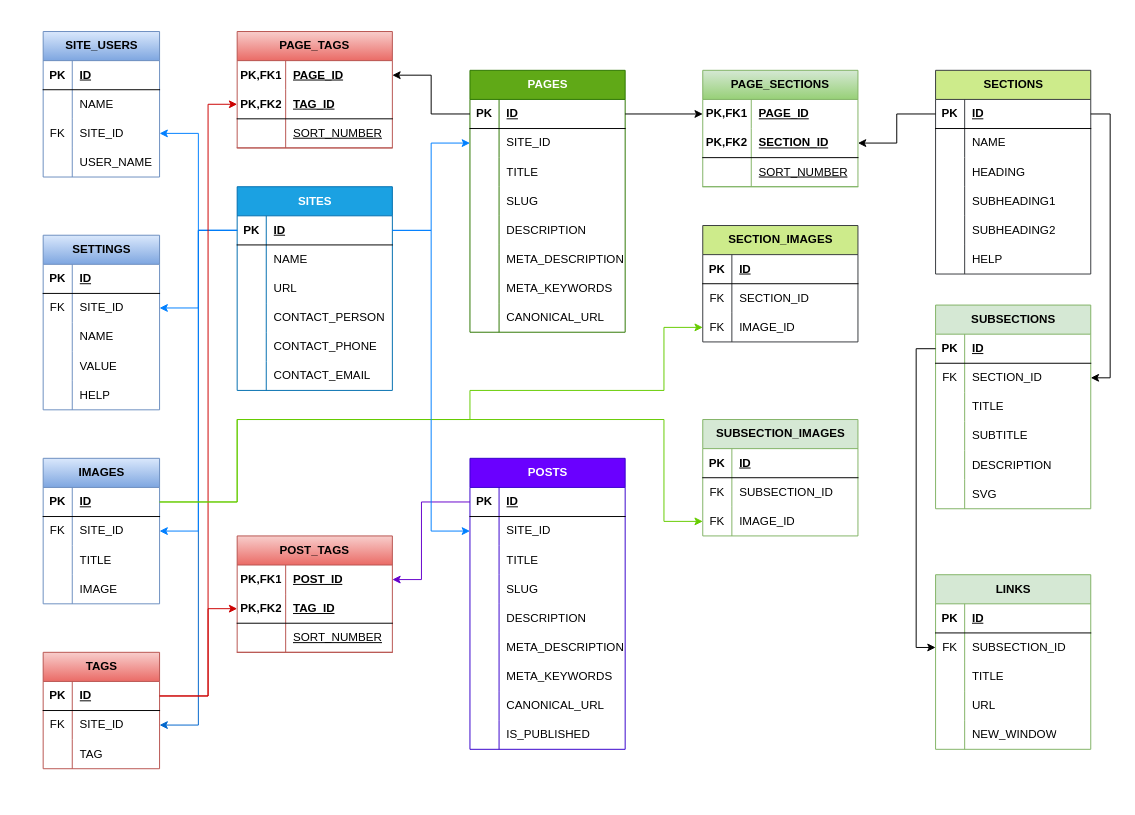
sudguru/draw-io keeps this draw.io diagram as ercms.drawio. Above is the earlier version. Source tidied: cells renumbered, new cells numbered last; positions are measured from the earlier drawing's top-left corner, leaving out a move shared by most shapes. Both pictures are drawn from the tidied source at 97%, with x=0, y=0 at pixel (43, 31).
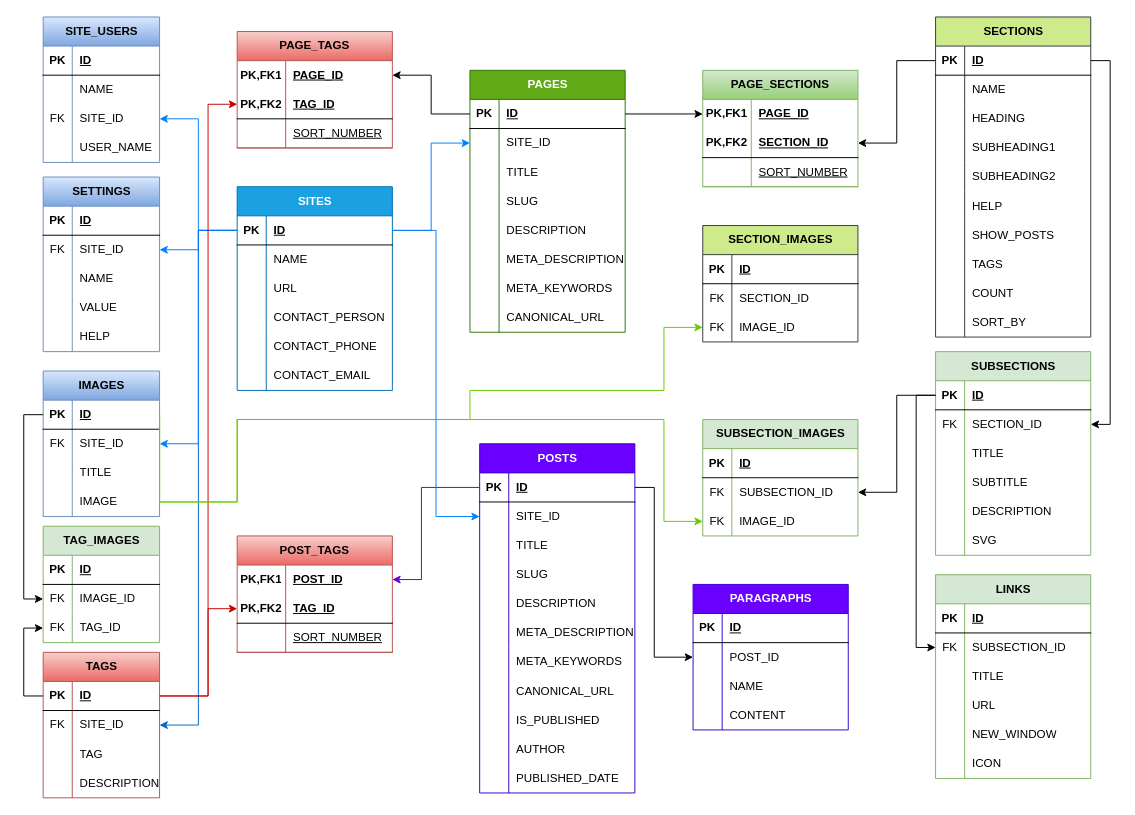
The same diagram, later.

The change refers to these unchanged cells:
```xml
<mxCell id="97" style="shape=tableRow;horizontal=0;startSize=0;swimlaneHead=0;swimlaneBody=0;fillColor=none;points=[[0,0.5],[1,0.5]];portConstraint=eastwest;top=0;left=0;right=0;bottom=1;" parent="96" vertex="1">
  <mxGeometry y="30" width="160" height="30" as="geometry" />
</mxCell>
<mxCell id="128" style="shape=tableRow;horizontal=0;startSize=0;swimlaneHead=0;swimlaneBody=0;fillColor=none;points=[[0,0.5],[1,0.5]];portConstraint=eastwest;top=0;left=0;right=0;bottom=1;" parent="127" vertex="1">
  <mxGeometry y="30" width="160" height="30" as="geometry" />
</mxCell>
<mxCell id="172" style="shape=tableRow;horizontal=0;startSize=0;swimlaneHead=0;swimlaneBody=0;fillColor=none;points=[[0,0.5],[1,0.5]];portConstraint=eastwest;top=0;left=0;right=0;bottom=1;" parent="171" vertex="1">
  <mxGeometry y="30" width="120" height="30" as="geometry" />
</mxCell>
<mxCell id="183" style="shape=tableRow;horizontal=0;startSize=0;swimlaneHead=0;swimlaneBody=0;fillColor=none;points=[[0,0.5],[1,0.5]];portConstraint=eastwest;top=0;left=0;right=0;bottom=1;" parent="182" vertex="1">
  <mxGeometry y="30" width="120" height="30" as="geometry" />
</mxCell>
<mxCell id="197" style="shape=tableRow;horizontal=0;startSize=0;swimlaneHead=0;swimlaneBody=0;fillColor=none;points=[[0,0.5],[1,0.5]];portConstraint=eastwest;top=0;left=0;right=0;bottom=0;html=1;" parent="196" vertex="1">
  <mxGeometry y="30" width="160" height="30" as="geometry" />
</mxCell>
<mxCell id="238" style="shape=tableRow;horizontal=0;startSize=0;swimlaneHead=0;swimlaneBody=0;fillColor=none;points=[[0,0.5],[1,0.5]];portConstraint=eastwest;top=0;left=0;right=0;bottom=0;" parent="234" vertex="1">
  <mxGeometry y="60" width="160" height="30" as="geometry" />
</mxCell>
```

The edit, as a diff of the source:
```diff
@@
     <mxCell id="21" value="SITE_USERS" style="shape=table;startSize=30;childLayout=tableLayout;rowLines=0;fontStyle=1;align=center;html=1;fillColor=#dae8fc;gradientColor=#7ea6e0;strokeColor=#6c8ebf;" parent="1" vertex="1">
-      <mxGeometry width="120" height="150" as="geometry" />
+      <mxGeometry y="-15" width="120" height="150" as="geometry" />
     </mxCell>
@@
     <mxCell id="34" value="SETTINGS" style="shape=table;startSize=30;childLayout=tableLayout;rowLines=0;fontStyle=1;align=center;html=1;fillColor=#dae8fc;gradientColor=#7ea6e0;strokeColor=#6c8ebf;" parent="1" vertex="1">
-      <mxGeometry y="210" width="120" height="180" as="geometry" />
+      <mxGeometry y="150" width="120" height="180" as="geometry" />
     </mxCell>
@@
     <mxCell id="77" value="SECTIONS" style="shape=table;startSize=30;childLayout=tableLayout;rowLines=0;fontStyle=1;align=center;html=1;fillColor=#cdeb8b;strokeColor=#36393d;" parent="1" vertex="1">
-      <mxGeometry x="920" y="40" width="160" height="210" as="geometry" />
+      <mxGeometry x="920" y="-15" width="160" height="330" as="geometry" />
     </mxCell>
@@
+    <mxCell id="246" style="shape=tableRow;horizontal=0;startSize=0;swimlaneHead=0;swimlaneBody=0;fillColor=none;top=0;left=0;right=0;bottom=0;" parent="77" vertex="1">
+      <mxGeometry y="210" width="160" height="30" as="geometry" />
+    </mxCell>
+    <mxCell id="247" style="shape=partialRectangle;fillColor=none;top=0;left=0;bottom=0;right=0;overflow=hidden;whiteSpace=wrap;html=1;" parent="246" vertex="1">
+      <mxGeometry width="30" height="30" as="geometry" />
+    </mxCell>
+    <mxCell id="248" value="SHOW_POSTS" style="shape=partialRectangle;fillColor=none;top=0;left=0;bottom=0;right=0;align=left;spacingLeft=6;overflow=hidden;whiteSpace=wrap;html=1;" parent="246" vertex="1">
+      <mxGeometry x="30" width="130" height="30" as="geometry" />
+    </mxCell>
+    <mxCell id="249" style="shape=tableRow;horizontal=0;startSize=0;swimlaneHead=0;swimlaneBody=0;fillColor=none;top=0;left=0;right=0;bottom=0;" parent="77" vertex="1">
+      <mxGeometry y="240" width="160" height="30" as="geometry" />
+    </mxCell>
+    <mxCell id="250" style="shape=partialRectangle;fillColor=none;top=0;left=0;bottom=0;right=0;overflow=hidden;whiteSpace=wrap;html=1;" parent="249" vertex="1">
+      <mxGeometry width="30" height="30" as="geometry" />
+    </mxCell>
+    <mxCell id="251" value="TAGS" style="shape=partialRectangle;fillColor=none;top=0;left=0;bottom=0;right=0;align=left;spacingLeft=6;overflow=hidden;whiteSpace=wrap;html=1;" parent="249" vertex="1">
+      <mxGeometry x="30" width="130" height="30" as="geometry" />
+    </mxCell>
+    <mxCell id="252" style="shape=tableRow;horizontal=0;startSize=0;swimlaneHead=0;swimlaneBody=0;fillColor=none;top=0;left=0;right=0;bottom=0;" parent="77" vertex="1">
+      <mxGeometry y="270" width="160" height="30" as="geometry" />
+    </mxCell>
+    <mxCell id="253" style="shape=partialRectangle;fillColor=none;top=0;left=0;bottom=0;right=0;overflow=hidden;whiteSpace=wrap;html=1;" parent="252" vertex="1">
+      <mxGeometry width="30" height="30" as="geometry" />
+    </mxCell>
+    <mxCell id="254" value="COUNT" style="shape=partialRectangle;fillColor=none;top=0;left=0;bottom=0;right=0;align=left;spacingLeft=6;overflow=hidden;whiteSpace=wrap;html=1;" parent="252" vertex="1">
+      <mxGeometry x="30" width="130" height="30" as="geometry" />
+    </mxCell>
+    <mxCell id="255" style="shape=tableRow;horizontal=0;startSize=0;swimlaneHead=0;swimlaneBody=0;fillColor=none;top=0;left=0;right=0;bottom=0;" parent="77" vertex="1">
+      <mxGeometry y="300" width="160" height="30" as="geometry" />
+    </mxCell>
+    <mxCell id="256" style="shape=partialRectangle;fillColor=none;top=0;left=0;bottom=0;right=0;overflow=hidden;whiteSpace=wrap;html=1;" parent="255" vertex="1">
+      <mxGeometry width="30" height="30" as="geometry" />
+    </mxCell>
+    <mxCell id="257" value="SORT_BY" style="shape=partialRectangle;fillColor=none;top=0;left=0;bottom=0;right=0;align=left;spacingLeft=6;overflow=hidden;whiteSpace=wrap;html=1;" parent="255" vertex="1">
+      <mxGeometry x="30" width="130" height="30" as="geometry" />
+    </mxCell>
     <mxCell id="96" value="SUBSECTIONS" style="shape=table;startSize=30;childLayout=tableLayout;rowLines=0;fontStyle=1;align=center;html=1;fillColor=#d5e8d4;strokeColor=#82b366;" parent="1" vertex="1">
-      <mxGeometry x="920" y="282" width="160" height="210" as="geometry" />
+      <mxGeometry x="920" y="330" width="160" height="210" as="geometry" />
     </mxCell>
@@
     <mxCell id="127" value="POSTS" style="shape=table;startSize=30;childLayout=tableLayout;rowLines=0;fontStyle=1;align=center;html=1;fillColor=#6a00ff;fontColor=#ffffff;strokeColor=#3700CC;" parent="1" vertex="1">
-      <mxGeometry x="440" y="440" width="160" height="300" as="geometry" />
+      <mxGeometry x="450" y="425" width="160" height="360" as="geometry" />
     </mxCell>
@@
+    <mxCell id="258" style="shape=tableRow;horizontal=0;startSize=0;swimlaneHead=0;swimlaneBody=0;fillColor=none;top=0;left=0;right=0;bottom=0;" parent="127" vertex="1">
+      <mxGeometry y="300" width="160" height="30" as="geometry" />
+    </mxCell>
+    <mxCell id="259" style="shape=partialRectangle;fillColor=none;top=0;left=0;bottom=0;right=0;overflow=hidden;whiteSpace=wrap;html=1;" parent="258" vertex="1">
+      <mxGeometry width="30" height="30" as="geometry" />
+    </mxCell>
+    <mxCell id="260" value="AUTHOR" style="shape=partialRectangle;fillColor=none;top=0;left=0;bottom=0;right=0;align=left;spacingLeft=6;overflow=hidden;whiteSpace=wrap;html=1;" parent="258" vertex="1">
+      <mxGeometry x="30" width="130" height="30" as="geometry" />
+    </mxCell>
+    <mxCell id="261" style="shape=tableRow;horizontal=0;startSize=0;swimlaneHead=0;swimlaneBody=0;fillColor=none;top=0;left=0;right=0;bottom=0;" parent="127" vertex="1">
+      <mxGeometry y="330" width="160" height="30" as="geometry" />
+    </mxCell>
+    <mxCell id="262" style="shape=partialRectangle;fillColor=none;top=0;left=0;bottom=0;right=0;overflow=hidden;whiteSpace=wrap;html=1;" parent="261" vertex="1">
+      <mxGeometry width="30" height="30" as="geometry" />
+    </mxCell>
+    <mxCell id="263" value="PUBLISHED_DATE" style="shape=partialRectangle;fillColor=none;top=0;left=0;bottom=0;right=0;align=left;spacingLeft=6;overflow=hidden;whiteSpace=wrap;html=1;" parent="261" vertex="1">
+      <mxGeometry x="30" width="130" height="30" as="geometry" />
+    </mxCell>
     <mxCell id="155" value="LINKS" style="shape=table;startSize=30;childLayout=tableLayout;rowLines=0;fontStyle=1;align=center;html=1;fillColor=#d5e8d4;strokeColor=#82b366;" parent="1" vertex="1">
-      <mxGeometry x="920" y="560" width="160" height="180" as="geometry" />
+      <mxGeometry x="920" y="560" width="160" height="210" as="geometry" />
     </mxCell>
@@
+    <mxCell id="264" style="shape=tableRow;horizontal=0;startSize=0;swimlaneHead=0;swimlaneBody=0;fillColor=none;top=0;left=0;right=0;bottom=0;" parent="155" vertex="1">
+      <mxGeometry y="180" width="160" height="30" as="geometry" />
+    </mxCell>
+    <mxCell id="265" style="shape=partialRectangle;fillColor=none;top=0;left=0;bottom=0;right=0;overflow=hidden;whiteSpace=wrap;html=1;" parent="264" vertex="1">
+      <mxGeometry width="30" height="30" as="geometry" />
+    </mxCell>
+    <mxCell id="266" value="ICON" style="shape=partialRectangle;fillColor=none;top=0;left=0;bottom=0;right=0;align=left;spacingLeft=6;overflow=hidden;whiteSpace=wrap;html=1;" parent="264" vertex="1">
+      <mxGeometry x="30" width="130" height="30" as="geometry" />
+    </mxCell>
     <mxCell id="171" value="TAGS" style="shape=table;startSize=30;childLayout=tableLayout;rowLines=0;fontStyle=1;align=center;html=1;fillColor=#f8cecc;strokeColor=#b85450;gradientColor=#ea6b66;" parent="1" vertex="1">
-      <mxGeometry y="640" width="120" height="120" as="geometry" />
+      <mxGeometry y="640" width="120" height="150" as="geometry" />
     </mxCell>
@@
+    <mxCell id="267" style="shape=tableRow;horizontal=0;startSize=0;swimlaneHead=0;swimlaneBody=0;fillColor=none;top=0;left=0;right=0;bottom=0;" parent="171" vertex="1">
+      <mxGeometry y="120" width="120" height="30" as="geometry" />
+    </mxCell>
+    <mxCell id="268" style="shape=partialRectangle;fillColor=none;top=0;left=0;bottom=0;right=0;overflow=hidden;whiteSpace=wrap;html=1;" parent="267" vertex="1">
+      <mxGeometry width="30" height="30" as="geometry" />
+    </mxCell>
+    <mxCell id="269" value="DESCRIPTION" style="shape=partialRectangle;fillColor=none;top=0;left=0;bottom=0;right=0;align=left;spacingLeft=6;overflow=hidden;whiteSpace=wrap;html=1;" parent="267" vertex="1">
+      <mxGeometry x="30" width="90" height="30" as="geometry" />
+    </mxCell>
@@
     <mxCell id="182" value="IMAGES" style="shape=table;startSize=30;childLayout=tableLayout;rowLines=0;fontStyle=1;align=center;html=1;fillColor=#dae8fc;gradientColor=#7ea6e0;strokeColor=#6c8ebf;" parent="1" vertex="1">
-      <mxGeometry y="440" width="120" height="150" as="geometry" />
+      <mxGeometry y="350" width="120" height="150" as="geometry" />
     </mxCell>
@@
     <mxCell id="206" style="edgeStyle=orthogonalEdgeStyle;rounded=0;jettySize=auto;html=1;exitX=0;exitY=0.5;exitDx=0;exitDy=0;strokeColor=#6600CC;" parent="1" edge="1" source="128" target="197">
       <mxGeometry relative="1" as="geometry">
         <Array as="points">
-          <mxPoint x="390" y="485" />
+          <mxPoint x="440" y="470" />
+          <mxPoint x="390" y="470" />
           <mxPoint x="390" y="565" />
         </Array>
       </mxGeometry>
     </mxCell>
@@
+    <mxCell id="270" style="edgeStyle=orthogonalEdgeStyle;rounded=0;jettySize=auto;html=1;exitX=0;exitY=0.5;exitDx=0;exitDy=0;entryX=1;entryY=0.5;entryDx=0;entryDy=0;" parent="1" edge="1" source="97" target="238">
+      <mxGeometry relative="1" as="geometry" />
+    </mxCell>
+    <mxCell id="271" value="&lt;span style=&quot;background-color: initial;&quot;&gt;TAG_IMAGES&lt;/span&gt;" style="shape=table;startSize=30;childLayout=tableLayout;rowLines=0;fontStyle=1;align=center;html=1;fillColor=#d5e8d4;strokeColor=#82b366;" parent="1" vertex="1">
+      <mxGeometry y="510" width="120" height="120" as="geometry" />
+    </mxCell>
+    <mxCell id="272" style="shape=tableRow;horizontal=0;startSize=0;swimlaneHead=0;swimlaneBody=0;fillColor=none;top=0;left=0;right=0;bottom=1;" parent="271" vertex="1">
+      <mxGeometry y="30" width="120" height="30" as="geometry" />
+    </mxCell>
+    <mxCell id="273" value="PK" style="shape=partialRectangle;fillColor=none;top=0;left=0;bottom=0;right=0;fontStyle=1;overflow=hidden;whiteSpace=wrap;html=1;" parent="272" vertex="1">
+      <mxGeometry width="30" height="30" as="geometry" />
+    </mxCell>
+    <mxCell id="274" value="ID" style="shape=partialRectangle;fillColor=none;top=0;left=0;bottom=0;right=0;align=left;spacingLeft=6;fontStyle=5;overflow=hidden;whiteSpace=wrap;html=1;" parent="272" vertex="1">
+      <mxGeometry x="30" width="90" height="30" as="geometry" />
+    </mxCell>
+    <mxCell id="275" style="shape=tableRow;horizontal=0;startSize=0;swimlaneHead=0;swimlaneBody=0;fillColor=none;points=[[0,0.5],[1,0.5]];portConstraint=eastwest;top=0;left=0;right=0;bottom=0;" parent="271" vertex="1">
+      <mxGeometry y="60" width="120" height="30" as="geometry" />
+    </mxCell>
+    <mxCell id="276" value="FK" style="shape=partialRectangle;fillColor=none;top=0;left=0;bottom=0;right=0;overflow=hidden;whiteSpace=wrap;html=1;" parent="275" vertex="1">
+      <mxGeometry width="30" height="30" as="geometry" />
+    </mxCell>
+    <mxCell id="277" value="IMAGE_ID" style="shape=partialRectangle;fillColor=none;top=0;left=0;bottom=0;right=0;align=left;spacingLeft=6;overflow=hidden;whiteSpace=wrap;html=1;" parent="275" vertex="1">
+      <mxGeometry x="30" width="90" height="30" as="geometry" />
+    </mxCell>
+    <mxCell id="278" style="shape=tableRow;horizontal=0;startSize=0;swimlaneHead=0;swimlaneBody=0;fillColor=none;points=[[0,0.5],[1,0.5]];portConstraint=eastwest;top=0;left=0;right=0;bottom=0;" parent="271" vertex="1">
+      <mxGeometry y="90" width="120" height="30" as="geometry" />
+    </mxCell>
+    <mxCell id="279" value="FK" style="shape=partialRectangle;fillColor=none;top=0;left=0;bottom=0;right=0;overflow=hidden;whiteSpace=wrap;html=1;" parent="278" vertex="1">
+      <mxGeometry width="30" height="30" as="geometry" />
+    </mxCell>
+    <mxCell id="280" value="TAG_ID" style="shape=partialRectangle;fillColor=none;top=0;left=0;bottom=0;right=0;align=left;spacingLeft=6;overflow=hidden;whiteSpace=wrap;html=1;" parent="278" vertex="1">
+      <mxGeometry x="30" width="90" height="30" as="geometry" />
+    </mxCell>
+    <mxCell id="281" style="edgeStyle=orthogonalEdgeStyle;rounded=0;jettySize=auto;html=1;exitX=0;exitY=0.5;exitDx=0;exitDy=0;entryX=0;entryY=0.5;entryDx=0;entryDy=0;" parent="1" edge="1" source="172" target="278">
+      <mxGeometry relative="1" as="geometry" />
+    </mxCell>
+    <mxCell id="282" style="edgeStyle=orthogonalEdgeStyle;rounded=0;jettySize=auto;html=1;exitX=0;exitY=0.5;exitDx=0;exitDy=0;entryX=0;entryY=0.5;entryDx=0;entryDy=0;" parent="1" edge="1" source="183" target="275">
+      <mxGeometry relative="1" as="geometry" />
+    </mxCell>
+    <mxCell id="283" value="PARAGRAPHS" style="shape=table;startSize=30;childLayout=tableLayout;rowLines=0;fontStyle=1;align=center;html=1;fillColor=#6a00ff;fontColor=#ffffff;strokeColor=#3700CC;" parent="1" vertex="1">
+      <mxGeometry x="670" y="570" width="160" height="150" as="geometry" />
+    </mxCell>
+    <mxCell id="284" style="shape=tableRow;horizontal=0;startSize=0;swimlaneHead=0;swimlaneBody=0;fillColor=none;top=0;left=0;right=0;bottom=1;" parent="283" vertex="1">
+      <mxGeometry y="30" width="160" height="30" as="geometry" />
+    </mxCell>
+    <mxCell id="285" value="PK" style="shape=partialRectangle;fillColor=none;top=0;left=0;bottom=0;right=0;fontStyle=1;overflow=hidden;whiteSpace=wrap;html=1;" parent="284" vertex="1">
+      <mxGeometry width="30" height="30" as="geometry" />
+    </mxCell>
+    <mxCell id="286" value="ID" style="shape=partialRectangle;fillColor=none;top=0;left=0;bottom=0;right=0;align=left;spacingLeft=6;fontStyle=5;overflow=hidden;whiteSpace=wrap;html=1;" parent="284" vertex="1">
+      <mxGeometry x="30" width="130" height="30" as="geometry" />
+    </mxCell>
+    <mxCell id="287" style="shape=tableRow;horizontal=0;startSize=0;swimlaneHead=0;swimlaneBody=0;fillColor=none;points=[[0,0.5],[1,0.5]];portConstraint=eastwest;top=0;left=0;right=0;bottom=0;" parent="283" vertex="1">
+      <mxGeometry y="60" width="160" height="30" as="geometry" />
+    </mxCell>
+    <mxCell id="288" style="shape=partialRectangle;fillColor=none;top=0;left=0;bottom=0;right=0;overflow=hidden;whiteSpace=wrap;html=1;" parent="287" vertex="1">
+      <mxGeometry width="30" height="30" as="geometry" />
+    </mxCell>
+    <mxCell id="289" value="POST_ID" style="shape=partialRectangle;fillColor=none;top=0;left=0;bottom=0;right=0;align=left;spacingLeft=6;overflow=hidden;whiteSpace=wrap;html=1;" parent="287" vertex="1">
+      <mxGeometry x="30" width="130" height="30" as="geometry" />
+    </mxCell>
+    <mxCell id="290" style="shape=tableRow;horizontal=0;startSize=0;swimlaneHead=0;swimlaneBody=0;fillColor=none;top=0;left=0;right=0;bottom=0;" parent="283" vertex="1">
+      <mxGeometry y="90" width="160" height="30" as="geometry" />
+    </mxCell>
+    <mxCell id="291" style="shape=partialRectangle;fillColor=none;top=0;left=0;bottom=0;right=0;overflow=hidden;whiteSpace=wrap;html=1;" parent="290" vertex="1">
+      <mxGeometry width="30" height="30" as="geometry" />
+    </mxCell>
+    <mxCell id="292" value="NAME" style="shape=partialRectangle;fillColor=none;top=0;left=0;bottom=0;right=0;align=left;spacingLeft=6;overflow=hidden;whiteSpace=wrap;html=1;" parent="290" vertex="1">
+      <mxGeometry x="30" width="130" height="30" as="geometry" />
+    </mxCell>
+    <mxCell id="293" style="shape=tableRow;horizontal=0;startSize=0;swimlaneHead=0;swimlaneBody=0;fillColor=none;top=0;left=0;right=0;bottom=0;" parent="283" vertex="1">
+      <mxGeometry y="120" width="160" height="30" as="geometry" />
+    </mxCell>
+    <mxCell id="294" style="shape=partialRectangle;fillColor=none;top=0;left=0;bottom=0;right=0;overflow=hidden;whiteSpace=wrap;html=1;" parent="293" vertex="1">
+      <mxGeometry width="30" height="30" as="geometry" />
+    </mxCell>
+    <mxCell id="295" value="CONTENT" style="shape=partialRectangle;fillColor=none;top=0;left=0;bottom=0;right=0;align=left;spacingLeft=6;overflow=hidden;whiteSpace=wrap;html=1;" parent="293" vertex="1">
+      <mxGeometry x="30" width="130" height="30" as="geometry" />
+    </mxCell>
+    <mxCell id="296" style="edgeStyle=orthogonalEdgeStyle;rounded=0;jettySize=auto;html=1;exitX=1;exitY=0.5;exitDx=0;exitDy=0;entryX=0;entryY=0.5;entryDx=0;entryDy=0;" parent="1" edge="1" source="128" target="287">
+      <mxGeometry relative="1" as="geometry">
+        <Array as="points">
+          <mxPoint x="630" y="470" />
+          <mxPoint x="630" y="645" />
+        </Array>
+      </mxGeometry>
+    </mxCell>
```
